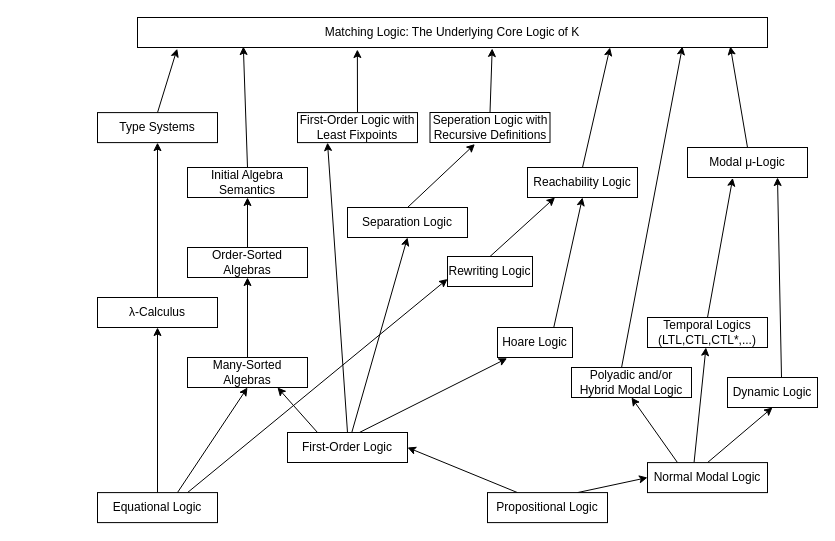
Before: thesis-proposal/figs/logics.drawio in xc93/prelim, a draw.io diagram. Source tidied: cells renumbered, new cells numbered last; positions are measured from the earlier drawing's top-left corner, leaving out a move shared by most shapes. Both pictures are drawn from the tidied source at 100%, with x=0, y=0 at pixel (97, 17).
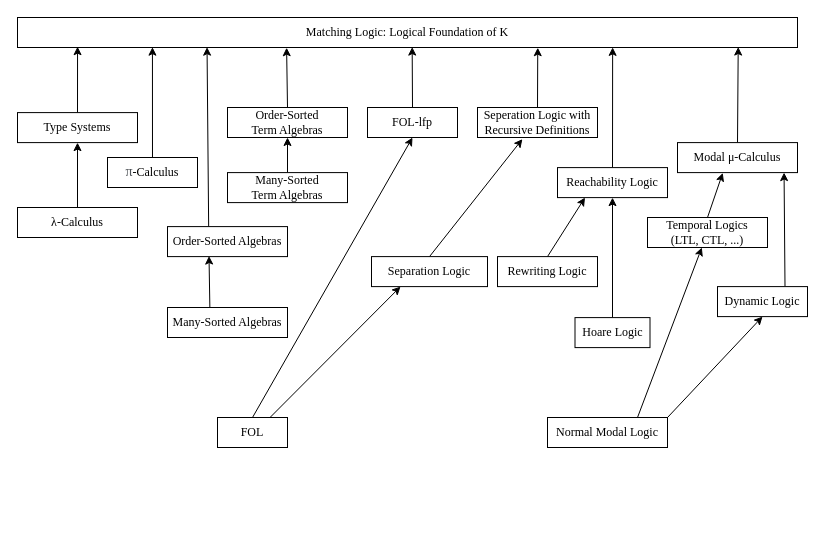
The same page after the edit.

Commit message (it also covers changes not shown here):
add new figures (used in slides)

The edit, as a diff of the source:
```diff
@@
-    <mxCell id="2" style="rounded=0;jettySize=auto;html=1;exitX=0.25;exitY=0;exitDx=0;exitDy=0;entryX=1;entryY=0.5;entryDx=0;entryDy=0;" parent="1" edge="1" source="4" target="25">
-      <mxGeometry relative="1" as="geometry" />
-    </mxCell>
-    <mxCell id="3" style="edgeStyle=none;rounded=0;jettySize=auto;html=1;exitX=0.75;exitY=0;exitDx=0;exitDy=0;entryX=0;entryY=0.5;entryDx=0;entryDy=0;" parent="1" edge="1" source="4" target="12">
-      <mxGeometry relative="1" as="geometry" />
-    </mxCell>
-    <mxCell id="4" value="Propositional Logic" style="rounded=0;whiteSpace=wrap;html=1;" parent="1" vertex="1">
-      <mxGeometry x="390" y="475.1" width="120" height="30" as="geometry" />
-    </mxCell>
-    <mxCell id="5" style="edgeStyle=none;rounded=0;jettySize=auto;html=1;exitX=0.5;exitY=0;exitDx=0;exitDy=0;entryX=0.349;entryY=1.067;entryDx=0;entryDy=0;entryPerimeter=0;" parent="1" edge="1" source="6" target="42">
+    <mxCell id="5" style="edgeStyle=none;rounded=0;jettySize=auto;html=1;exitX=0.5;exitY=0;exitDx=0;exitDy=0;entryX=0.506;entryY=0.986;entryDx=0;entryDy=0;entryPerimeter=0;fontFamily=Times New Roman;fontStyle=0;" parent="1" edge="1" source="6" target="42">
       <mxGeometry relative="1" as="geometry" />
     </mxCell>
-    <mxCell id="6" value="First-Order Logic with Least Fixpoints" style="rounded=0;whiteSpace=wrap;html=1;" parent="1" vertex="1">
-      <mxGeometry x="200" y="95.1" width="120" height="30" as="geometry" />
+    <mxCell id="6" value="FOL-lfp" style="rounded=0;whiteSpace=wrap;html=1;fontFamily=Times New Roman;fontStyle=0;" parent="1" vertex="1">
+      <mxGeometry x="270" y="90" width="90" height="30" as="geometry" />
     </mxCell>
-    <mxCell id="7" style="edgeStyle=none;rounded=0;jettySize=auto;html=1;exitX=0.5;exitY=0;exitDx=0;exitDy=0;entryX=0.563;entryY=1.033;entryDx=0;entryDy=0;entryPerimeter=0;" parent="1" edge="1" source="8" target="42">
+    <mxCell id="7" style="edgeStyle=none;rounded=0;jettySize=auto;html=1;exitX=0.5;exitY=0;exitDx=0;exitDy=0;entryX=0.667;entryY=1.007;entryDx=0;entryDy=0;entryPerimeter=0;fontFamily=Times New Roman;fontStyle=0;" parent="1" edge="1" source="8" target="42">
       <mxGeometry relative="1" as="geometry" />
     </mxCell>
-    <mxCell id="8" value="Seperation Logic with Recursive Definitions" style="rounded=0;whiteSpace=wrap;html=1;" parent="1" vertex="1">
-      <mxGeometry x="332.5" y="95" width="120" height="30" as="geometry" />
+    <mxCell id="8" value="Seperation Logic with Recursive Definitions" style="rounded=0;whiteSpace=wrap;html=1;fontFamily=Times New Roman;fontStyle=0;" parent="1" vertex="1">
+      <mxGeometry x="380" y="90" width="120" height="30" as="geometry" />
     </mxCell>
-    <mxCell id="9" style="edgeStyle=none;rounded=0;jettySize=auto;html=1;exitX=0.388;exitY=0;exitDx=0;exitDy=0;exitPerimeter=0;" parent="1" edge="1" source="12" target="14">
+    <mxCell id="9" style="edgeStyle=none;rounded=0;jettySize=auto;html=1;exitX=0.75;exitY=0;exitDx=0;exitDy=0;fontFamily=Times New Roman;fontStyle=0;" parent="1" edge="1" source="12" target="14">
       <mxGeometry relative="1" as="geometry" />
     </mxCell>
-    <mxCell id="10" style="edgeStyle=none;rounded=0;jettySize=auto;html=1;entryX=0.5;entryY=1;entryDx=0;entryDy=0;exitX=0.5;exitY=0;exitDx=0;exitDy=0;" parent="1" edge="1" source="12" target="16">
+    <mxCell id="10" style="edgeStyle=none;rounded=0;jettySize=auto;html=1;entryX=0.5;entryY=1;entryDx=0;entryDy=0;exitX=1;exitY=0;exitDx=0;exitDy=0;fontFamily=Times New Roman;fontStyle=0;" parent="1" edge="1" source="12" target="16">
       <mxGeometry relative="1" as="geometry" />
     </mxCell>
-    <mxCell id="11" style="edgeStyle=none;rounded=0;jettySize=auto;html=1;exitX=0.25;exitY=0;exitDx=0;exitDy=0;entryX=0.5;entryY=1;entryDx=0;entryDy=0;" parent="1" edge="1" source="12" target="18">
-      <mxGeometry relative="1" as="geometry" />
-    </mxCell>
-    <mxCell id="12" value="Normal Modal Logic" style="rounded=0;whiteSpace=wrap;html=1;" parent="1" vertex="1">
-      <mxGeometry x="550" y="445.1" width="120" height="30" as="geometry" />
+    <mxCell id="12" value="Normal Modal Logic" style="rounded=0;whiteSpace=wrap;html=1;fontFamily=Times New Roman;fontStyle=0;" parent="1" vertex="1">
+      <mxGeometry x="450" y="400" width="120" height="30" as="geometry" />
     </mxCell>
-    <mxCell id="13" style="edgeStyle=none;rounded=0;jettySize=auto;html=1;exitX=0.5;exitY=0;exitDx=0;exitDy=0;entryX=0.377;entryY=1.013;entryDx=0;entryDy=0;entryPerimeter=0;" parent="1" edge="1" source="14" target="20">
+    <mxCell id="13" style="edgeStyle=none;rounded=0;jettySize=auto;html=1;exitX=0.5;exitY=0;exitDx=0;exitDy=0;entryX=0.377;entryY=1.013;entryDx=0;entryDy=0;entryPerimeter=0;fontFamily=Times New Roman;fontStyle=0;" parent="1" edge="1" source="14" target="20">
       <mxGeometry relative="1" as="geometry" />
     </mxCell>
-    <mxCell id="14" value="Temporal Logics (LTL,CTL,CTL*,...)" style="rounded=0;whiteSpace=wrap;html=1;" parent="1" vertex="1">
-      <mxGeometry x="550" y="300" width="120" height="30" as="geometry" />
+    <mxCell id="14" value="Temporal Logics&lt;br&gt;(LTL, CTL, ...)" style="rounded=0;whiteSpace=wrap;html=1;fontFamily=Times New Roman;fontStyle=0;" parent="1" vertex="1">
+      <mxGeometry x="550" y="200" width="120" height="30" as="geometry" />
     </mxCell>
-    <mxCell id="15" style="edgeStyle=none;rounded=0;jettySize=auto;html=1;exitX=0.6;exitY=0;exitDx=0;exitDy=0;entryX=0.75;entryY=1;entryDx=0;entryDy=0;exitPerimeter=0;" parent="1" edge="1" source="16" target="20">
+    <mxCell id="15" style="edgeStyle=none;rounded=0;jettySize=auto;html=1;exitX=0.75;exitY=0;exitDx=0;exitDy=0;entryX=0.888;entryY=0.999;entryDx=0;entryDy=0;entryPerimeter=0;fontFamily=Times New Roman;fontStyle=0;" parent="1" edge="1" source="16" target="20">
       <mxGeometry relative="1" as="geometry" />
     </mxCell>
-    <mxCell id="16" value="Dynamic Logic&lt;br&gt;" style="rounded=0;whiteSpace=wrap;html=1;" parent="1" vertex="1">
-      <mxGeometry x="630" y="360" width="90" height="30" as="geometry" />
+    <mxCell id="16" value="Dynamic Logic&lt;br&gt;" style="rounded=0;whiteSpace=wrap;html=1;fontFamily=Times New Roman;fontStyle=0;" parent="1" vertex="1">
+      <mxGeometry x="620" y="269.1" width="90" height="30" as="geometry" />
     </mxCell>
-    <mxCell id="17" style="edgeStyle=none;rounded=0;jettySize=auto;html=1;exitX=0.415;exitY=0.047;exitDx=0;exitDy=0;exitPerimeter=0;entryX=0.865;entryY=0.967;entryDx=0;entryDy=0;entryPerimeter=0;" parent="1" edge="1" source="18" target="42">
-      <mxGeometry relative="1" as="geometry" />
-    </mxCell>
-    <mxCell id="18" value="Polyadic and/or Hybrid Modal Logic" style="rounded=0;whiteSpace=wrap;html=1;" parent="1" vertex="1">
-      <mxGeometry x="474" y="350" width="120" height="30" as="geometry" />
-    </mxCell>
-    <mxCell id="19" style="edgeStyle=none;rounded=0;jettySize=auto;html=1;exitX=0.5;exitY=0;exitDx=0;exitDy=0;entryX=0.941;entryY=0.967;entryDx=0;entryDy=0;entryPerimeter=0;" parent="1" edge="1" source="20" target="42">
+    <mxCell id="19" style="edgeStyle=none;rounded=0;jettySize=auto;html=1;exitX=0.5;exitY=0;exitDx=0;exitDy=0;entryX=0.924;entryY=0.985;entryDx=0;entryDy=0;entryPerimeter=0;fontFamily=Times New Roman;fontStyle=0;" parent="1" edge="1" source="20" target="42">
       <mxGeometry relative="1" as="geometry" />
     </mxCell>
-    <mxCell id="20" value="Modal μ-Logic" style="rounded=0;whiteSpace=wrap;html=1;" parent="1" vertex="1">
-      <mxGeometry x="590" y="130" width="120" height="30" as="geometry" />
+    <mxCell id="20" value="Modal μ-Calculus" style="rounded=0;whiteSpace=wrap;html=1;fontFamily=Times New Roman;fontStyle=0;" parent="1" vertex="1">
+      <mxGeometry x="580" y="125.1" width="120" height="30" as="geometry" />
     </mxCell>
-    <mxCell id="21" style="edgeStyle=none;rounded=0;jettySize=auto;html=1;exitX=0.5;exitY=0;exitDx=0;exitDy=0;entryX=0.25;entryY=1;entryDx=0;entryDy=0;" parent="1" edge="1" source="25" target="6">
+    <mxCell id="21" style="edgeStyle=none;rounded=0;jettySize=auto;html=1;exitX=0.5;exitY=0;exitDx=0;exitDy=0;entryX=0.5;entryY=1;entryDx=0;entryDy=0;fontFamily=Times New Roman;fontStyle=0;" parent="1" edge="1" source="25" target="6">
       <mxGeometry relative="1" as="geometry" />
     </mxCell>
-    <mxCell id="22" style="edgeStyle=none;rounded=0;jettySize=auto;html=1;entryX=0.5;entryY=1;entryDx=0;entryDy=0;" parent="1" edge="1" source="25" target="27">
+    <mxCell id="22" style="edgeStyle=none;rounded=0;jettySize=auto;html=1;entryX=0.25;entryY=1;entryDx=0;entryDy=0;exitX=0.75;exitY=0;exitDx=0;exitDy=0;fontFamily=Times New Roman;fontStyle=0;" parent="1" edge="1" source="25" target="27">
       <mxGeometry relative="1" as="geometry" />
     </mxCell>
-    <mxCell id="23" style="edgeStyle=none;rounded=0;jettySize=auto;html=1;exitX=0.593;exitY=0.013;exitDx=0;exitDy=0;entryX=0.128;entryY=1.027;entryDx=0;entryDy=0;fontSize=17;exitPerimeter=0;entryPerimeter=0;" parent="1" edge="1" source="25" target="31">
-      <mxGeometry relative="1" as="geometry" />
-    </mxCell>
-    <mxCell id="24" style="rounded=0;jettySize=auto;html=1;exitX=0.25;exitY=0;exitDx=0;exitDy=0;entryX=0.75;entryY=1;entryDx=0;entryDy=0;" parent="1" edge="1" source="25" target="44">
-      <mxGeometry relative="1" as="geometry" />
-    </mxCell>
-    <mxCell id="25" value="First-Order Logic" style="rounded=0;whiteSpace=wrap;html=1;" parent="1" vertex="1">
-      <mxGeometry x="190" y="415" width="120" height="30" as="geometry" />
+    <mxCell id="25" value="FOL" style="rounded=0;whiteSpace=wrap;html=1;fontFamily=Times New Roman;fontStyle=0;" parent="1" vertex="1">
+      <mxGeometry x="120" y="400" width="70" height="30" as="geometry" />
     </mxCell>
-    <mxCell id="26" style="edgeStyle=none;rounded=0;jettySize=auto;html=1;exitX=0.5;exitY=0;exitDx=0;exitDy=0;entryX=0.374;entryY=1.053;entryDx=0;entryDy=0;entryPerimeter=0;" parent="1" edge="1" source="27" target="8">
+    <mxCell id="26" style="edgeStyle=none;rounded=0;jettySize=auto;html=1;exitX=0.5;exitY=0;exitDx=0;exitDy=0;entryX=0.374;entryY=1.053;entryDx=0;entryDy=0;entryPerimeter=0;fontFamily=Times New Roman;fontStyle=0;" parent="1" edge="1" source="27" target="8">
       <mxGeometry relative="1" as="geometry" />
     </mxCell>
-    <mxCell id="27" value="Separation Logic" style="rounded=0;whiteSpace=wrap;html=1;" parent="1" vertex="1">
-      <mxGeometry x="250" y="190" width="120" height="30" as="geometry" />
+    <mxCell id="27" value="Separation Logic" style="rounded=0;whiteSpace=wrap;html=1;fontFamily=Times New Roman;fontStyle=0;" parent="1" vertex="1">
+      <mxGeometry x="274" y="239.1" width="116" height="30" as="geometry" />
     </mxCell>
-    <mxCell id="28" style="edgeStyle=none;rounded=0;jettySize=auto;html=1;exitX=0.5;exitY=0;exitDx=0;exitDy=0;entryX=0.75;entryY=1;entryDx=0;entryDy=0;" parent="1" edge="1" source="29" target="42">
+    <mxCell id="28" style="edgeStyle=none;rounded=0;jettySize=auto;html=1;exitX=0.5;exitY=0;exitDx=0;exitDy=0;entryX=0.763;entryY=0.996;entryDx=0;entryDy=0;entryPerimeter=0;fontFamily=Times New Roman;fontStyle=0;" parent="1" edge="1" source="29" target="42">
       <mxGeometry relative="1" as="geometry" />
     </mxCell>
-    <mxCell id="29" value="Reachability Logic" style="rounded=0;whiteSpace=wrap;html=1;" parent="1" vertex="1">
-      <mxGeometry x="430" y="150" width="110" height="30" as="geometry" />
+    <mxCell id="29" value="Reachability Logic" style="rounded=0;whiteSpace=wrap;html=1;fontFamily=Times New Roman;fontStyle=0;" parent="1" vertex="1">
+      <mxGeometry x="460" y="150.1" width="110" height="30" as="geometry" />
     </mxCell>
-    <mxCell id="30" style="edgeStyle=none;rounded=0;jettySize=auto;html=1;exitX=0.75;exitY=0;exitDx=0;exitDy=0;entryX=0.5;entryY=1;entryDx=0;entryDy=0;" parent="1" edge="1" source="31" target="29">
+    <mxCell id="30" style="edgeStyle=none;rounded=0;jettySize=auto;html=1;exitX=0.5;exitY=0;exitDx=0;exitDy=0;entryX=0.5;entryY=1;entryDx=0;entryDy=0;fontFamily=Times New Roman;fontStyle=0;" parent="1" edge="1" source="31" target="29">
       <mxGeometry relative="1" as="geometry" />
     </mxCell>
-    <mxCell id="31" value="Hoare Logic" style="rounded=0;whiteSpace=wrap;html=1;" parent="1" vertex="1">
-      <mxGeometry x="400" y="310" width="75" height="30" as="geometry" />
+    <mxCell id="31" value="Hoare Logic" style="rounded=0;whiteSpace=wrap;html=1;fontFamily=Times New Roman;fontStyle=0;" parent="1" vertex="1">
+      <mxGeometry x="477.5" y="300.1" width="75" height="30" as="geometry" />
     </mxCell>
-    <mxCell id="32" style="rounded=0;jettySize=auto;html=1;exitX=0.5;exitY=0;exitDx=0;exitDy=0;entryX=0.25;entryY=1;entryDx=0;entryDy=0;" parent="1" edge="1" source="33" target="29">
+    <mxCell id="32" style="rounded=0;jettySize=auto;html=1;exitX=0.5;exitY=0;exitDx=0;exitDy=0;entryX=0.25;entryY=1;entryDx=0;entryDy=0;fontFamily=Times New Roman;fontStyle=0;" parent="1" edge="1" source="33" target="29">
       <mxGeometry relative="1" as="geometry" />
     </mxCell>
-    <mxCell id="33" value="Rewriting Logic" style="rounded=0;whiteSpace=wrap;html=1;" parent="1" vertex="1">
-      <mxGeometry x="350" y="239" width="85" height="30" as="geometry" />
+    <mxCell id="33" value="Rewriting Logic" style="rounded=0;whiteSpace=wrap;html=1;fontFamily=Times New Roman;fontStyle=0;" parent="1" vertex="1">
+      <mxGeometry x="400" y="239.1" width="100" height="30" as="geometry" />
     </mxCell>
-    <mxCell id="34" style="rounded=0;jettySize=auto;html=1;exitX=0.75;exitY=0;exitDx=0;exitDy=0;entryX=0;entryY=0.75;entryDx=0;entryDy=0;" parent="1" edge="1" source="41" target="33">
-      <mxGeometry relative="1" as="geometry" />
-    </mxCell>
-    <mxCell id="35" style="edgeStyle=none;rounded=0;jettySize=auto;html=1;" parent="1" edge="1" source="36" target="38">
+    <mxCell id="35" style="edgeStyle=none;rounded=0;jettySize=auto;html=1;fontFamily=Times New Roman;fontStyle=0;" parent="1" edge="1" source="36" target="38">
       <mxGeometry relative="1" as="geometry" />
     </mxCell>
-    <mxCell id="36" value="&lt;span&gt;λ-&lt;/span&gt;Calculus" style="rounded=0;whiteSpace=wrap;html=1;" parent="1" vertex="1">
-      <mxGeometry y="280" width="120" height="30" as="geometry" />
+    <mxCell id="36" value="&lt;span&gt;λ-&lt;/span&gt;Calculus" style="rounded=0;whiteSpace=wrap;html=1;fontFamily=Times New Roman;fontStyle=0;" parent="1" vertex="1">
+      <mxGeometry x="-80" y="190" width="120" height="30" as="geometry" />
     </mxCell>
-    <mxCell id="37" style="edgeStyle=none;rounded=0;jettySize=auto;html=1;exitX=0.5;exitY=0;exitDx=0;exitDy=0;entryX=0.063;entryY=1.04;entryDx=0;entryDy=0;entryPerimeter=0;" parent="1" edge="1" source="38" target="42">
+    <mxCell id="37" style="edgeStyle=none;rounded=0;jettySize=auto;html=1;exitX=0.5;exitY=0;exitDx=0;exitDy=0;entryX=0.077;entryY=0.973;entryDx=0;entryDy=0;entryPerimeter=0;fontFamily=Times New Roman;fontStyle=0;" parent="1" edge="1" source="38" target="42">
       <mxGeometry relative="1" as="geometry" />
     </mxCell>
-    <mxCell id="38" value="Type Systems" style="rounded=0;whiteSpace=wrap;html=1;" parent="1" vertex="1">
-      <mxGeometry y="95.1" width="120" height="30" as="geometry" />
+    <mxCell id="38" value="Type Systems" style="rounded=0;whiteSpace=wrap;html=1;fontFamily=Times New Roman;fontStyle=0;" parent="1" vertex="1">
+      <mxGeometry x="-80" y="95.1" width="120" height="30" as="geometry" />
     </mxCell>
-    <mxCell id="39" style="edgeStyle=none;rounded=0;jettySize=auto;html=1;" parent="1" edge="1" source="41" target="36">
-      <mxGeometry relative="1" as="geometry" />
-    </mxCell>
-    <mxCell id="40" style="edgeStyle=none;rounded=0;jettySize=auto;html=1;entryX=0.5;entryY=1;entryDx=0;entryDy=0;startArrow=none;endArrow=classic;endFill=1;startFill=0;" parent="1" edge="1" target="44">
-      <mxGeometry relative="1" as="geometry">
-        <mxPoint x="80" y="475" as="sourcePoint" />
-      </mxGeometry>
-    </mxCell>
-    <mxCell id="41" value="Equational Logic" style="rounded=0;whiteSpace=wrap;html=1;" parent="1" vertex="1">
-      <mxGeometry y="475.1" width="120" height="30" as="geometry" />
-    </mxCell>
-    <mxCell id="42" value="Matching Logic: The Underlying Core Logic of K" style="rounded=0;whiteSpace=wrap;html=1;" parent="1" vertex="1">
-      <mxGeometry x="40" width="630" height="30" as="geometry" />
+    <mxCell id="42" value="Matching Logic: Logical Foundation of K" style="rounded=0;whiteSpace=wrap;html=1;fontFamily=Times New Roman;fontStyle=0;" parent="1" vertex="1">
+      <mxGeometry x="-80" width="780" height="30" as="geometry" />
     </mxCell>
-    <mxCell id="43" style="edgeStyle=none;rounded=0;jettySize=auto;html=1;" parent="1" edge="1" source="44" target="46">
+    <mxCell id="43" style="edgeStyle=none;rounded=0;jettySize=auto;html=1;entryX=0.346;entryY=0.982;entryDx=0;entryDy=0;entryPerimeter=0;exitX=0.353;exitY=0.005;exitDx=0;exitDy=0;exitPerimeter=0;fontFamily=Times New Roman;fontStyle=0;" parent="1" edge="1" source="44" target="46">
       <mxGeometry relative="1" as="geometry" />
     </mxCell>
-    <mxCell id="44" value="Many-Sorted Algebras" style="rounded=0;whiteSpace=wrap;html=1;" parent="1" vertex="1">
-      <mxGeometry x="90" y="340" width="120" height="30" as="geometry" />
+    <mxCell id="44" value="Many-Sorted Algebras" style="rounded=0;whiteSpace=wrap;html=1;fontFamily=Times New Roman;fontStyle=0;" parent="1" vertex="1">
+      <mxGeometry x="70" y="290" width="120" height="30" as="geometry" />
     </mxCell>
-    <mxCell id="45" style="edgeStyle=none;rounded=0;jettySize=auto;html=1;exitX=0.5;exitY=0;exitDx=0;exitDy=0;entryX=0.5;entryY=1;entryDx=0;entryDy=0;" parent="1" edge="1" source="46" target="48">
+    <mxCell id="45" style="edgeStyle=none;rounded=0;jettySize=auto;html=1;exitX=0.343;exitY=0;exitDx=0;exitDy=0;entryX=0.243;entryY=0.989;entryDx=0;entryDy=0;entryPerimeter=0;exitPerimeter=0;fontFamily=Times New Roman;fontStyle=0;" parent="1" edge="1" source="46" target="42">
       <mxGeometry relative="1" as="geometry" />
     </mxCell>
-    <mxCell id="46" value="Order-Sorted Algebras" style="rounded=0;whiteSpace=wrap;html=1;" parent="1" vertex="1">
-      <mxGeometry x="90" y="230" width="120" height="30" as="geometry" />
+    <mxCell id="46" value="Order-Sorted Algebras" style="rounded=0;whiteSpace=wrap;html=1;fontFamily=Times New Roman;fontStyle=0;" parent="1" vertex="1">
+      <mxGeometry x="70" y="209.1" width="120" height="30" as="geometry" />
     </mxCell>
-    <mxCell id="47" style="rounded=0;jettySize=auto;html=1;exitX=0.5;exitY=0;exitDx=0;exitDy=0;entryX=0.168;entryY=0.967;entryDx=0;entryDy=0;entryPerimeter=0;" parent="1" edge="1" source="48" target="42">
-      <mxGeometry relative="1" as="geometry" />
-    </mxCell>
-    <mxCell id="48" value="Initial Algebra Semantics" style="rounded=0;whiteSpace=wrap;html=1;" parent="1" vertex="1">
-      <mxGeometry x="90" y="150" width="120" height="30" as="geometry" />
-    </mxCell>
+    <mxCell id="49" style="edgeStyle=orthogonalEdgeStyle;rounded=0;jettySize=auto;html=1;exitX=0.5;exitY=0;exitDx=0;exitDy=0;entryX=0.5;entryY=1;entryDx=0;entryDy=0;fontFamily=Times New Roman;fontStyle=0;" parent="1" edge="1" source="50" target="52">
+      <mxGeometry relative="1" as="geometry" />
+    </mxCell>
+    <mxCell id="50" value="Many-Sorted &lt;br&gt;Term Algebras" style="rounded=0;whiteSpace=wrap;html=1;fontFamily=Times New Roman;fontStyle=0;" parent="1" vertex="1">
+      <mxGeometry x="130" y="155.1" width="120" height="30" as="geometry" />
+    </mxCell>
+    <mxCell id="51" style="rounded=0;jettySize=auto;html=1;exitX=0.5;exitY=0;exitDx=0;exitDy=0;entryX=0.345;entryY=1.007;entryDx=0;entryDy=0;entryPerimeter=0;fontFamily=Times New Roman;fontStyle=0;" parent="1" edge="1" source="52" target="42">
+      <mxGeometry relative="1" as="geometry" />
+    </mxCell>
+    <mxCell id="52" value="Order-Sorted &lt;br&gt;Term Algebras" style="rounded=0;whiteSpace=wrap;html=1;fontFamily=Times New Roman;fontStyle=0;" parent="1" vertex="1">
+      <mxGeometry x="130" y="90" width="120" height="30" as="geometry" />
+    </mxCell>
+    <mxCell id="53" style="edgeStyle=none;rounded=0;jettySize=auto;html=1;entryX=0.173;entryY=0.989;entryDx=0;entryDy=0;entryPerimeter=0;fontFamily=Times New Roman;fontStyle=0;" parent="1" edge="1" source="54" target="42">
+      <mxGeometry relative="1" as="geometry" />
+    </mxCell>
+    <mxCell id="54" value="&lt;span style=&quot;color: rgb(77, 81, 86); font-size: 14px; background-color: rgb(255, 255, 255);&quot;&gt;π&lt;/span&gt;-Calculus" style="rounded=0;whiteSpace=wrap;html=1;fontFamily=Times New Roman;fontStyle=0;" parent="1" vertex="1">
+      <mxGeometry x="10" y="140" width="90" height="30" as="geometry" />
+    </mxCell>
```
